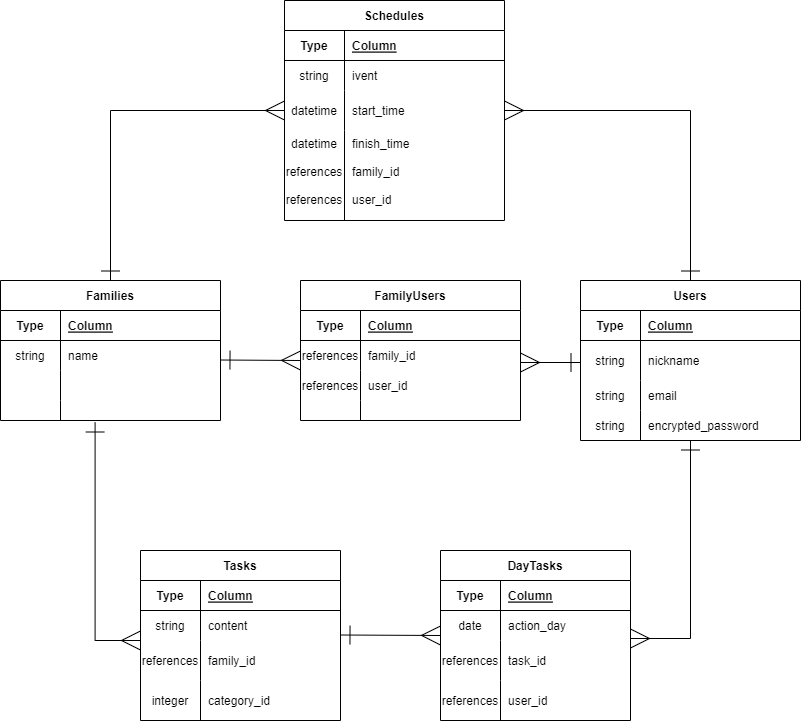
This is ER.drawio.png from shiratama317/chesk, a draw.io export, as it was before one commit. Source tidied: cells renumbered, new cells last; positions are measured from the earlier drawing's top-left corner, leaving out a move shared by most shapes.
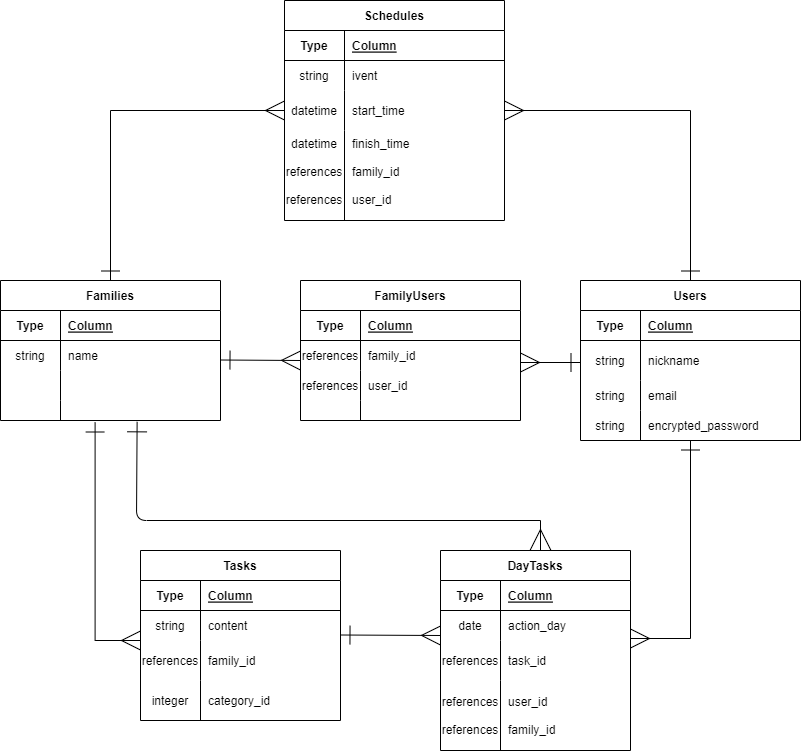
Above is the later version.

Change to the diagram source:
```diff
@@ -159,7 +159,7 @@
       <mxGeometry x="60" width="140" height="40" as="geometry" />
     </mxCell>
     <mxCell id="54" value="DayTasks" style="shape=table;startSize=30;rowLines=0;fontStyle=1;align=center;" parent="1" vertex="1">
-      <mxGeometry x="440" y="550" width="190" height="170" as="geometry" />
+      <mxGeometry x="440" y="550" width="190" height="200" as="geometry" />
     </mxCell>
     <mxCell id="55" style="shape=tableRow;horizontal=0;startSize=0;swimlaneHead=0;swimlaneBody=0;fillColor=none;top=0;left=0;right=0;bottom=1;" parent="54" vertex="1">
       <mxGeometry y="30" width="190" height="30" as="geometry" />
@@ -189,13 +189,13 @@
       <mxGeometry x="60" width="130" height="40" as="geometry" />
     </mxCell>
     <mxCell id="64" style="shape=tableRow;horizontal=0;startSize=0;swimlaneHead=0;swimlaneBody=0;fillColor=none;top=0;left=0;right=0;bottom=0;" parent="54" vertex="1">
-      <mxGeometry y="130" width="190" height="40" as="geometry" />
+      <mxGeometry y="130" width="190" height="70" as="geometry" />
     </mxCell>
-    <mxCell id="65" value="references" style="shape=partialRectangle;fillColor=none;top=0;left=0;bottom=0;right=0;overflow=hidden;" parent="64" vertex="1">
-      <mxGeometry width="60" height="40" as="geometry" />
+    <mxCell id="65" value="references&#10;&#10;references" style="shape=partialRectangle;fillColor=none;top=0;left=0;bottom=0;right=0;overflow=hidden;" parent="64" vertex="1">
+      <mxGeometry width="60" height="70" as="geometry" />
     </mxCell>
-    <mxCell id="66" value="user_id" style="shape=partialRectangle;fillColor=none;top=0;left=0;bottom=0;right=0;align=left;spacingLeft=6;overflow=hidden;" parent="64" vertex="1">
-      <mxGeometry x="60" width="130" height="40" as="geometry" />
+    <mxCell id="66" value="user_id&#10;&#10;family_id" style="shape=partialRectangle;fillColor=none;top=0;left=0;bottom=0;right=0;align=left;spacingLeft=6;overflow=hidden;" parent="64" vertex="1">
+      <mxGeometry x="60" width="130" height="70" as="geometry" />
     </mxCell>
     <mxCell id="67" value="Schedules" style="shape=table;startSize=30;rowLines=0;fontStyle=1;align=center;" parent="1" vertex="1">
       <mxGeometry x="284" width="220" height="220" as="geometry" />
@@ -287,5 +287,19 @@
         <mxPoint x="440" y="635" as="targetPoint" />
       </mxGeometry>
     </mxCell>
+    <mxCell id="87" style="endArrow=ERone;html=1;startArrow=none;startFill=0;endFill=0;startSize=15;entryX=0.621;entryY=1.067;entryDx=0;entryDy=0;entryPerimeter=0;strokeWidth=1;endSize=18;" parent="1" edge="1" target="12">
+      <mxGeometry relative="1" as="geometry">
+        <mxPoint x="540" y="520" as="sourcePoint" />
+        <Array as="points">
+          <mxPoint x="136" y="520" />
+        </Array>
+      </mxGeometry>
+    </mxCell>
+    <mxCell id="88" style="endArrow=none;html=1;startArrow=ERmany;startFill=0;endSize=8;startSize=19;" parent="1" edge="1">
+      <mxGeometry relative="1" as="geometry">
+        <mxPoint x="540" y="550" as="sourcePoint" />
+        <mxPoint x="540" y="520" as="targetPoint" />
+      </mxGeometry>
+    </mxCell>
   </root>
 </mxGraphModel>
```
